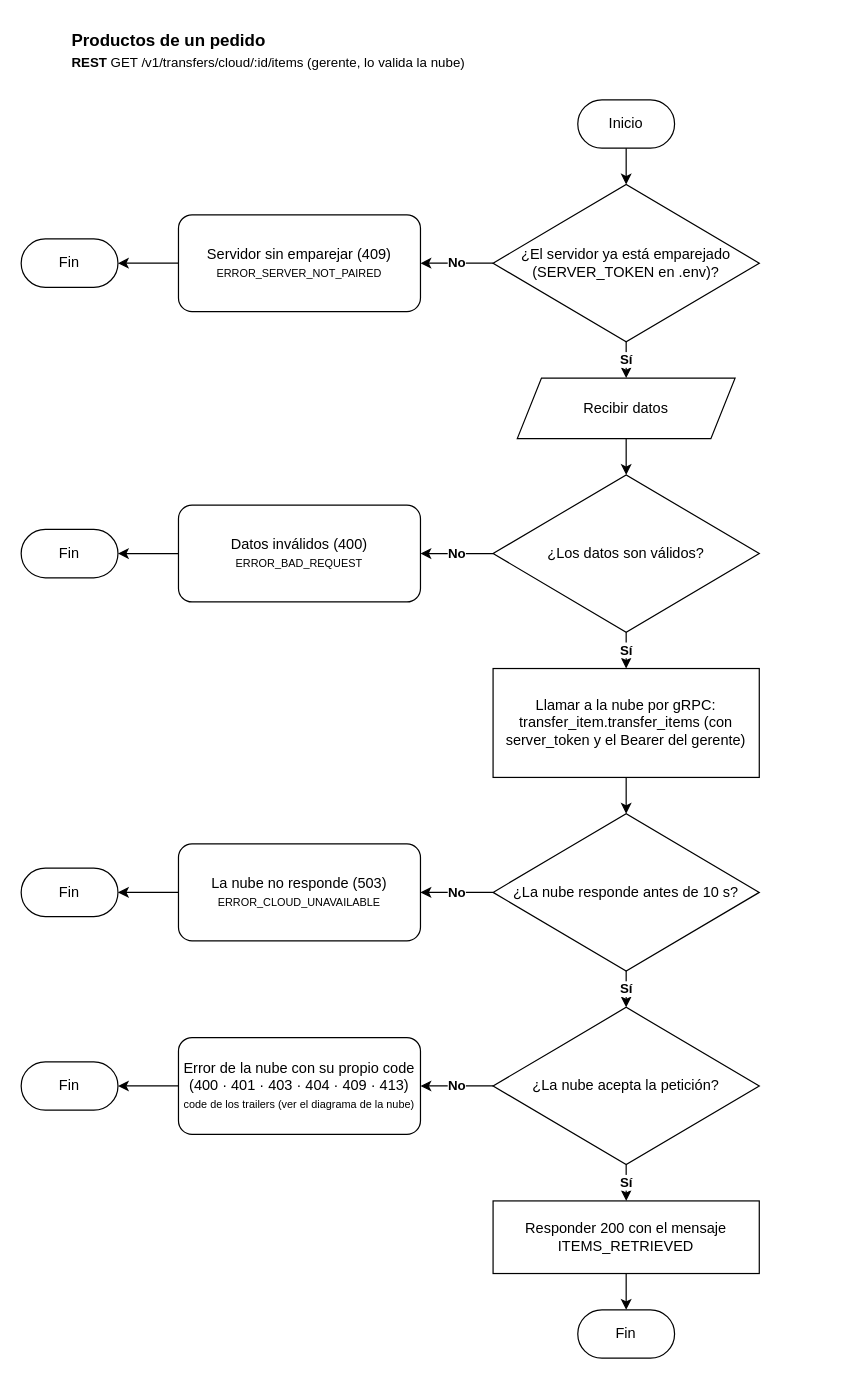
Earlier version of the draw.io diagram documents/diagrams/workflows/transfer-item/cloud/items.drawio (Andry510/miyabi-restaurant-server). Source tidied: cells renumbered, new cells numbered last; positions are measured from the earlier drawing's top-left corner, leaving out a move shared by most shapes. Both pictures are drawn from the tidied source at 121%, with x=0, y=0 at pixel (21, 21).
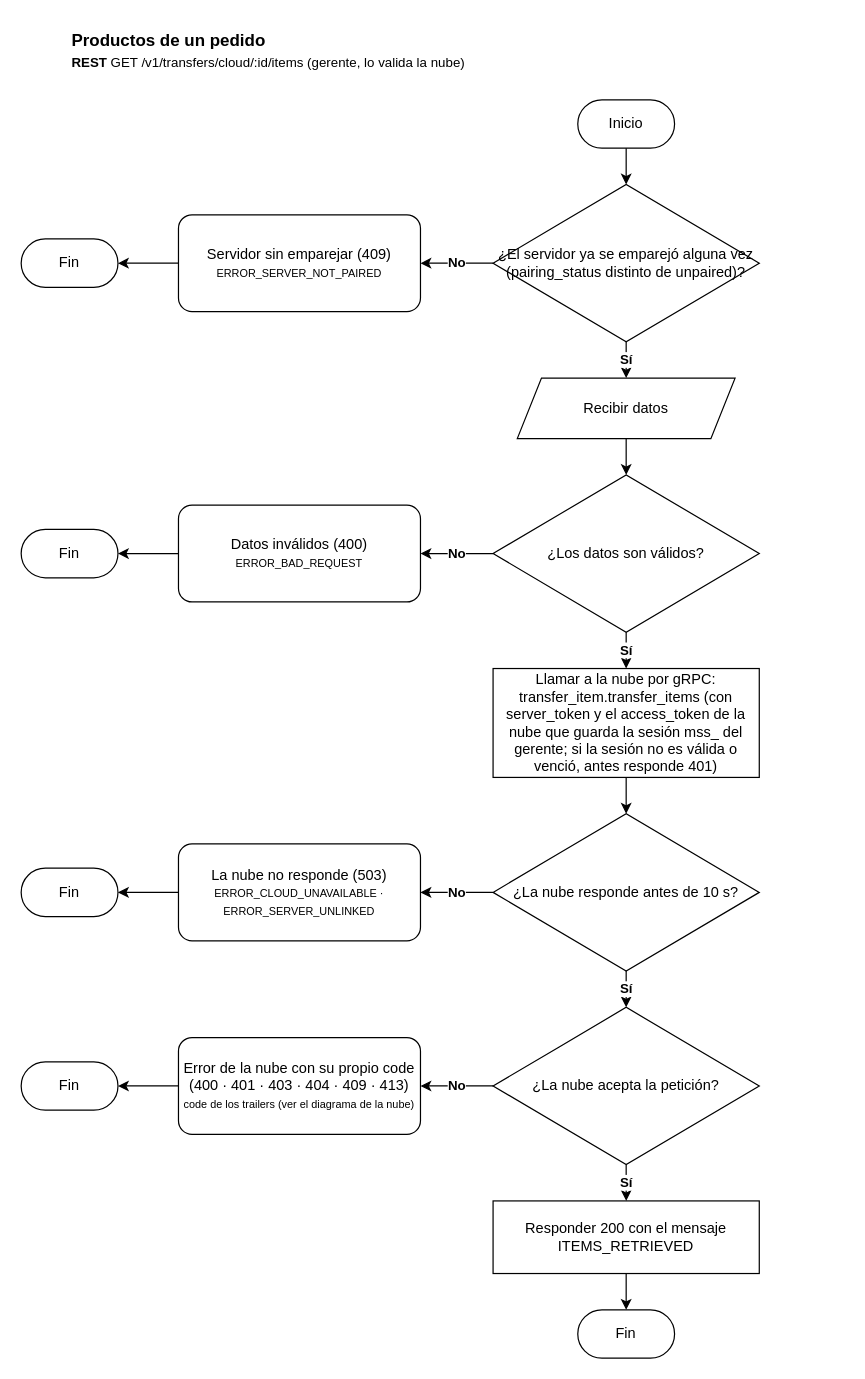
The same diagram, later.

Diff of the diagram source:
```diff
@@
-    <mxCell id="4" value="¿El servidor ya está emparejado (SERVER_TOKEN en .env)?" style="rhombus;whiteSpace=wrap;html=1;rounded=1;arcSize=0;" parent="1" vertex="1">
+    <mxCell id="4" value="¿El servidor ya se emparejó alguna vez (pairing_status distinto de unpaired)?" style="rhombus;whiteSpace=wrap;html=1;rounded=1;arcSize=0;" parent="1" vertex="1">
       <mxGeometry x="390" y="135" width="220" height="130" as="geometry" />
     </mxCell>
@@
-    <mxCell id="18" value="Llamar a la nube por gRPC: transfer_item.transfer_items (con server_token y el Bearer del gerente)" style="rounded=0;whiteSpace=wrap;html=1;" parent="1" vertex="1">
+    <mxCell id="18" value="Llamar a la nube por gRPC: transfer_item.transfer_items (con server_token y el access_token de la nube que guarda la sesión mss_ del gerente; si la sesión no es válida o venció, antes responde 401)" style="rounded=0;whiteSpace=wrap;html=1;" parent="1" vertex="1">
       <mxGeometry x="390" y="535" width="220" height="90" as="geometry" />
     </mxCell>
@@
-    <mxCell id="22" value="La nube no responde (503)&lt;br&gt;&lt;font style=&quot;font-size: 9px;&quot;&gt;ERROR_CLOUD_UNAVAILABLE&lt;/font&gt;" style="rounded=1;whiteSpace=wrap;html=1;arcSize=14;" parent="1" vertex="1">
+    <mxCell id="22" value="La nube no responde (503)&lt;br&gt;&lt;font style=&quot;font-size: 9px;&quot;&gt;ERROR_CLOUD_UNAVAILABLE · ERROR_SERVER_UNLINKED&lt;/font&gt;" style="rounded=1;whiteSpace=wrap;html=1;arcSize=14;" parent="1" vertex="1">
       <mxGeometry x="130" y="680" width="200" height="80" as="geometry" />
     </mxCell>
```
